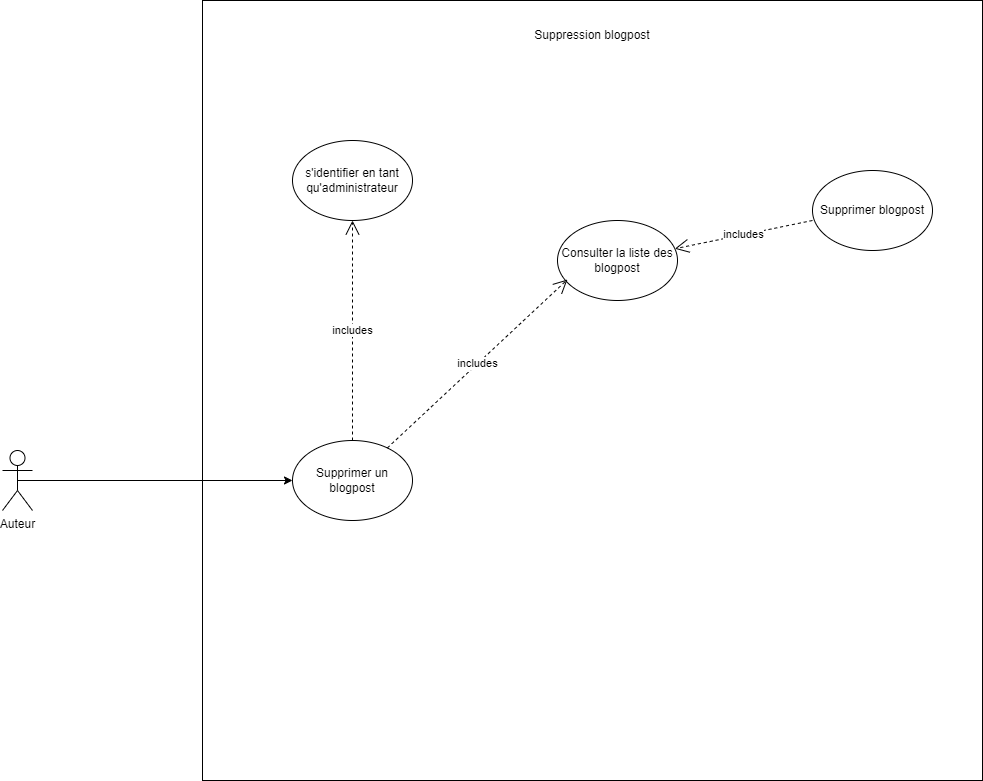
LanchesThomas/blog keeps this draw.io diagram as diagrammes/Cas d'utilisation/suppression_blogpost.drawio.png. Above is the earlier version. Source tidied: cells renumbered, new cells last; positions are measured from the earlier drawing's top-left corner, leaving out a move shared by most shapes. Source of this version:
```xml
<mxGraphModel>
  <root>
    <mxCell id="0" />
    <mxCell id="1" parent="0" />
    <mxCell id="2" style="whiteSpace=wrap;html=1;" parent="1" vertex="1">
      <mxGeometry x="200" width="780" height="780" as="geometry" />
    </mxCell>
    <mxCell id="3" value="Suppression blogpost" style="text;html=1;strokeColor=none;fillColor=none;align=center;verticalAlign=middle;whiteSpace=wrap;rounded=0;" parent="1" vertex="1">
      <mxGeometry x="505" y="20" width="170" height="30" as="geometry" />
    </mxCell>
    <mxCell id="4" value="Supprimer un blogpost" style="ellipse;whiteSpace=wrap;html=1;" parent="1" vertex="1">
      <mxGeometry x="290" y="440" width="120" height="80" as="geometry" />
    </mxCell>
    <mxCell id="5" value="s'identifier en tant qu'administrateur" style="ellipse;whiteSpace=wrap;html=1;" parent="1" vertex="1">
      <mxGeometry x="290" y="140" width="120" height="80" as="geometry" />
    </mxCell>
    <mxCell id="6" style="edgeStyle=orthogonalEdgeStyle;rounded=0;jettySize=auto;html=1;exitX=0.5;exitY=0.5;exitDx=0;exitDy=0;exitPerimeter=0;" parent="1" edge="1" source="7" target="4">
      <mxGeometry relative="1" as="geometry" />
    </mxCell>
    <mxCell id="7" value="Auteur" style="shape=umlActor;verticalLabelPosition=bottom;verticalAlign=top;html=1;outlineConnect=0;" parent="1" vertex="1">
      <mxGeometry y="450" width="30" height="60" as="geometry" />
    </mxCell>
    <mxCell id="8" value="includes" style="endArrow=open;endSize=12;dashed=1;html=1;rounded=0;exitX=0.5;exitY=0;exitDx=0;exitDy=0;entryX=0.5;entryY=1;entryDx=0;entryDy=0;" parent="1" edge="1" source="4" target="5">
      <mxGeometry relative="1" as="geometry" />
    </mxCell>
    <mxCell id="9" value="Consulter la liste des blogpost" style="ellipse;whiteSpace=wrap;html=1;" parent="1" vertex="1">
      <mxGeometry x="555" y="220" width="120" height="80" as="geometry" />
    </mxCell>
    <mxCell id="10" value="includes" style="endArrow=open;endSize=12;dashed=1;html=1;rounded=0;entryX=0.083;entryY=0.738;entryDx=0;entryDy=0;entryPerimeter=0;" parent="1" edge="1" source="4">
      <mxGeometry relative="1" as="geometry">
        <mxPoint x="565" y="279" as="targetPoint" />
      </mxGeometry>
    </mxCell>
    <mxCell id="11" value="includes" style="endArrow=open;endSize=12;dashed=1;html=1;rounded=0;exitX=0;exitY=0.625;exitDx=0;exitDy=0;exitPerimeter=0;" parent="1" edge="1" source="12">
      <mxGeometry relative="1" as="geometry">
        <mxPoint x="672.3" y="248.2" as="targetPoint" />
      </mxGeometry>
    </mxCell>
    <mxCell id="12" value="Supprimer blogpost" style="ellipse;whiteSpace=wrap;html=1;" parent="1" vertex="1">
      <mxGeometry x="810" y="170" width="120" height="80" as="geometry" />
    </mxCell>
  </root>
</mxGraphModel>
```
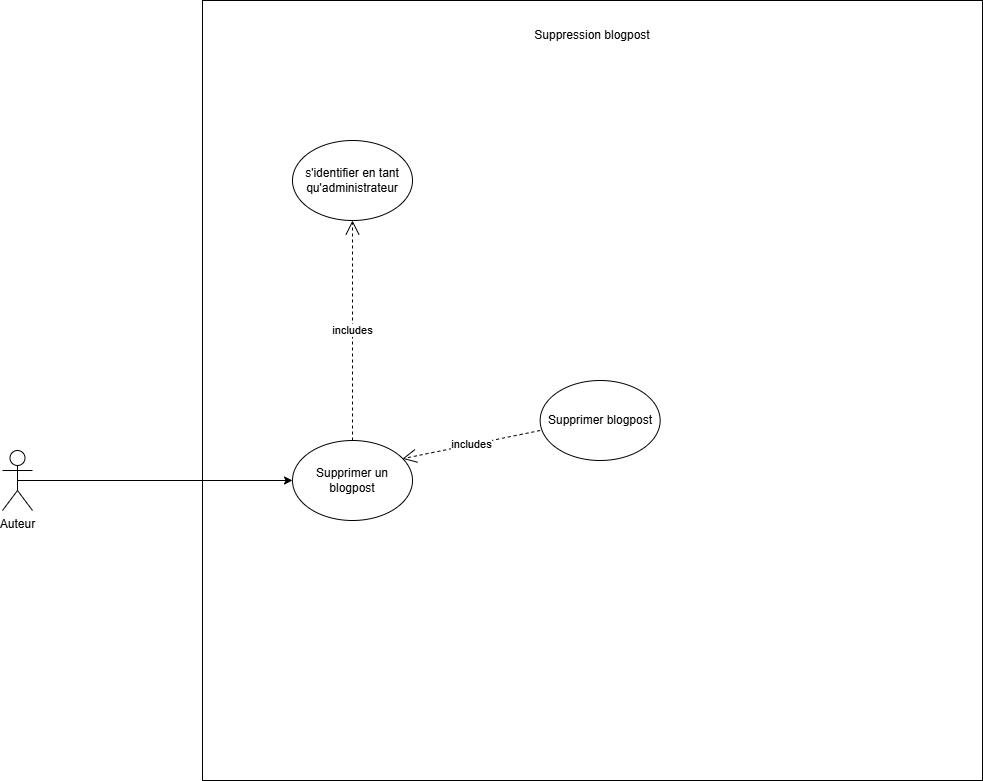
The same diagram one commit later.

What changed in the source:
```diff
@@ -23,21 +23,13 @@
     <mxCell id="8" value="includes" style="endArrow=open;endSize=12;dashed=1;html=1;rounded=0;exitX=0.5;exitY=0;exitDx=0;exitDy=0;entryX=0.5;entryY=1;entryDx=0;entryDy=0;" parent="1" edge="1" source="4" target="5">
       <mxGeometry relative="1" as="geometry" />
     </mxCell>
-    <mxCell id="9" value="Consulter la liste des blogpost" style="ellipse;whiteSpace=wrap;html=1;" parent="1" vertex="1">
-      <mxGeometry x="555" y="220" width="120" height="80" as="geometry" />
-    </mxCell>
-    <mxCell id="10" value="includes" style="endArrow=open;endSize=12;dashed=1;html=1;rounded=0;entryX=0.083;entryY=0.738;entryDx=0;entryDy=0;entryPerimeter=0;" parent="1" edge="1" source="4">
-      <mxGeometry relative="1" as="geometry">
-        <mxPoint x="565" y="279" as="targetPoint" />
-      </mxGeometry>
-    </mxCell>
     <mxCell id="11" value="includes" style="endArrow=open;endSize=12;dashed=1;html=1;rounded=0;exitX=0;exitY=0.625;exitDx=0;exitDy=0;exitPerimeter=0;" parent="1" edge="1" source="12">
       <mxGeometry relative="1" as="geometry">
-        <mxPoint x="672.3" y="248.2" as="targetPoint" />
+        <mxPoint x="400" y="458.2" as="targetPoint" />
       </mxGeometry>
     </mxCell>
     <mxCell id="12" value="Supprimer blogpost" style="ellipse;whiteSpace=wrap;html=1;" parent="1" vertex="1">
-      <mxGeometry x="810" y="170" width="120" height="80" as="geometry" />
+      <mxGeometry x="537.7" y="380" width="120" height="80" as="geometry" />
     </mxCell>
   </root>
 </mxGraphModel>
```
